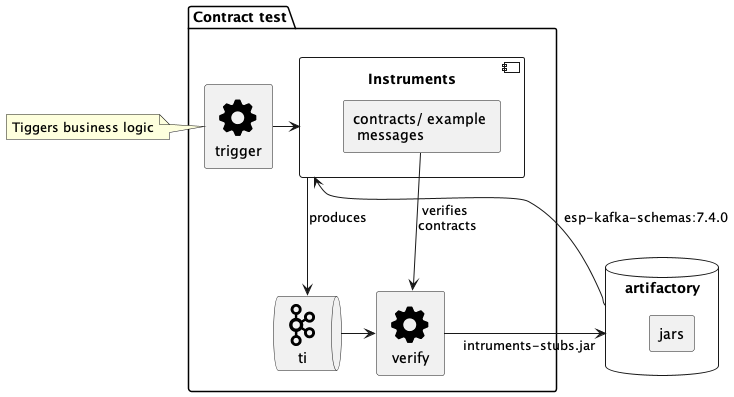
Above: images/src/main/plantuml/producer-contract-test.png in vspiliop/kafka-contract-test-producer (PlantUML), before the change. The source it was exported from:
```plantuml
@startuml
!include ./sprites.puml

package "Contract test" {
  rectangle "trigger" <<$cog>> as tbl
  component Instruments as inst {
    rectangle "contracts/ example \n messages" as con
  }
  queue ti <<$kafka >>
  rectangle verify <<$cog>> as ver
}

note left of tbl
  Tiggers business logic
end note

database artifactory as ar {
 rectangle jars
}

tbl -> inst
inst --> ti: produces
ver -> ar: intruments-stubs.jar
ti -> ver
ar --> inst: esp-kafka-schemas:7.4.0
con -> ver: "verifies \ncontracts"

@enduml
```
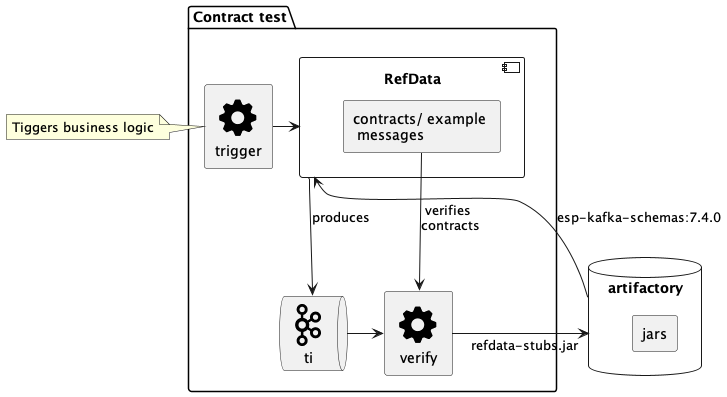
Later version of the same file.

The edit, as a diff of the source:
```diff
@@ -3,7 +3,7 @@
 
 package "Contract test" {
   rectangle "trigger" <<$cog>> as tbl
-  component Instruments as inst {
+  component RefData as refd {
     rectangle "contracts/ example \n messages" as con
   }
   queue ti <<$kafka >>
@@ -18,11 +18,11 @@
  rectangle jars
 }
 
-tbl -> inst
-inst --> ti: produces
-ver -> ar: intruments-stubs.jar
+tbl -> refd
+refd --> ti: produces
+ver -> ar: refdata-stubs.jar
 ti -> ver
-ar --> inst: esp-kafka-schemas:7.4.0
+ar --> refd: esp-kafka-schemas:7.4.0
 con -> ver: "verifies \ncontracts"
 
 @enduml
```
